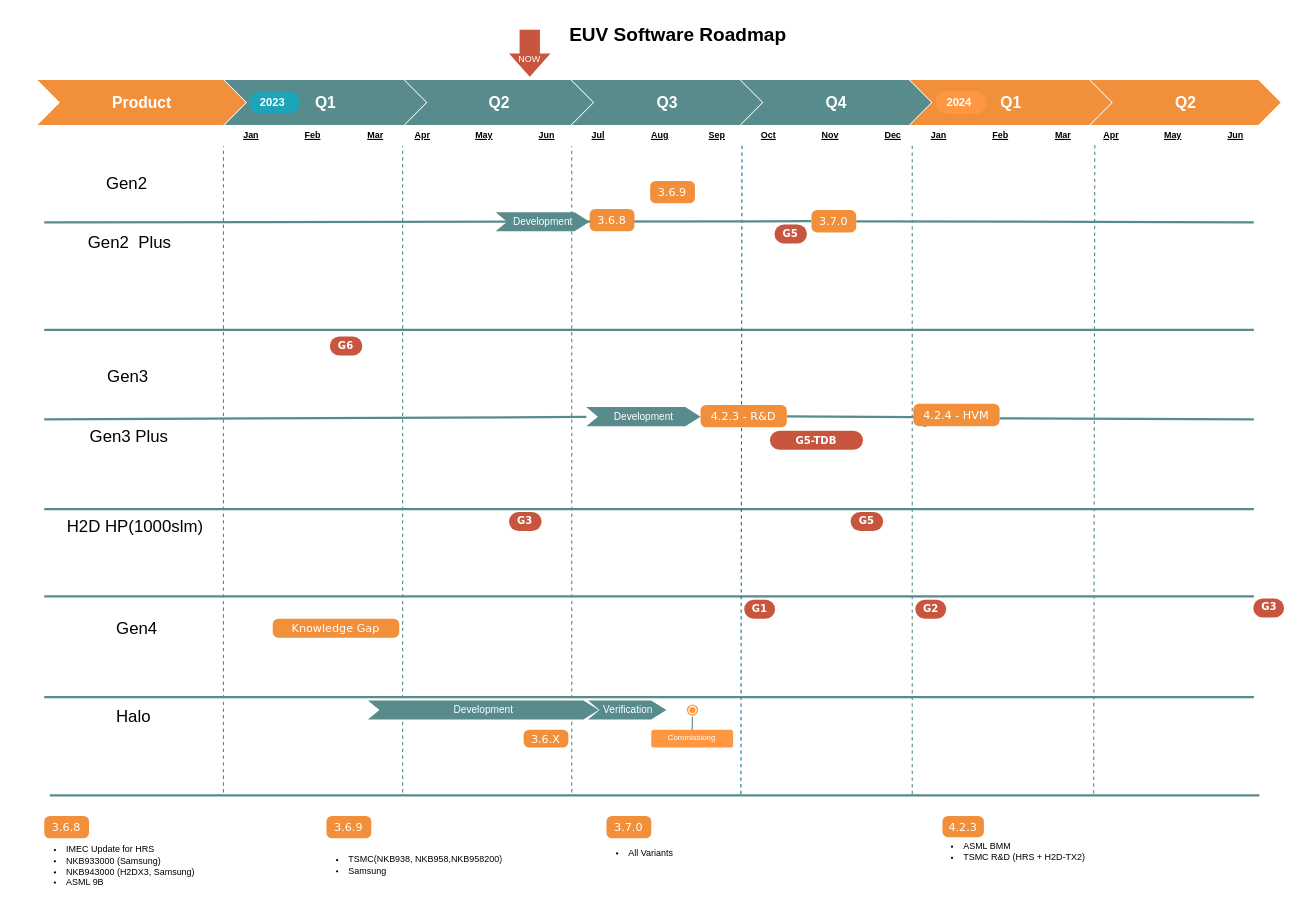
The draw.io diagram page "EUV" (1 of 8) of 0.Project Roadmap.drawio in EdwardsKorea/CommonDrawIO, before the edit. Source tidied: cells renumbered, new cells numbered last; positions are measured from the earlier drawing's top-left corner, leaving out a move shared by most shapes. Both pictures are drawn from the tidied source at 112%, with x=0, y=0 at pixel (19, 19).
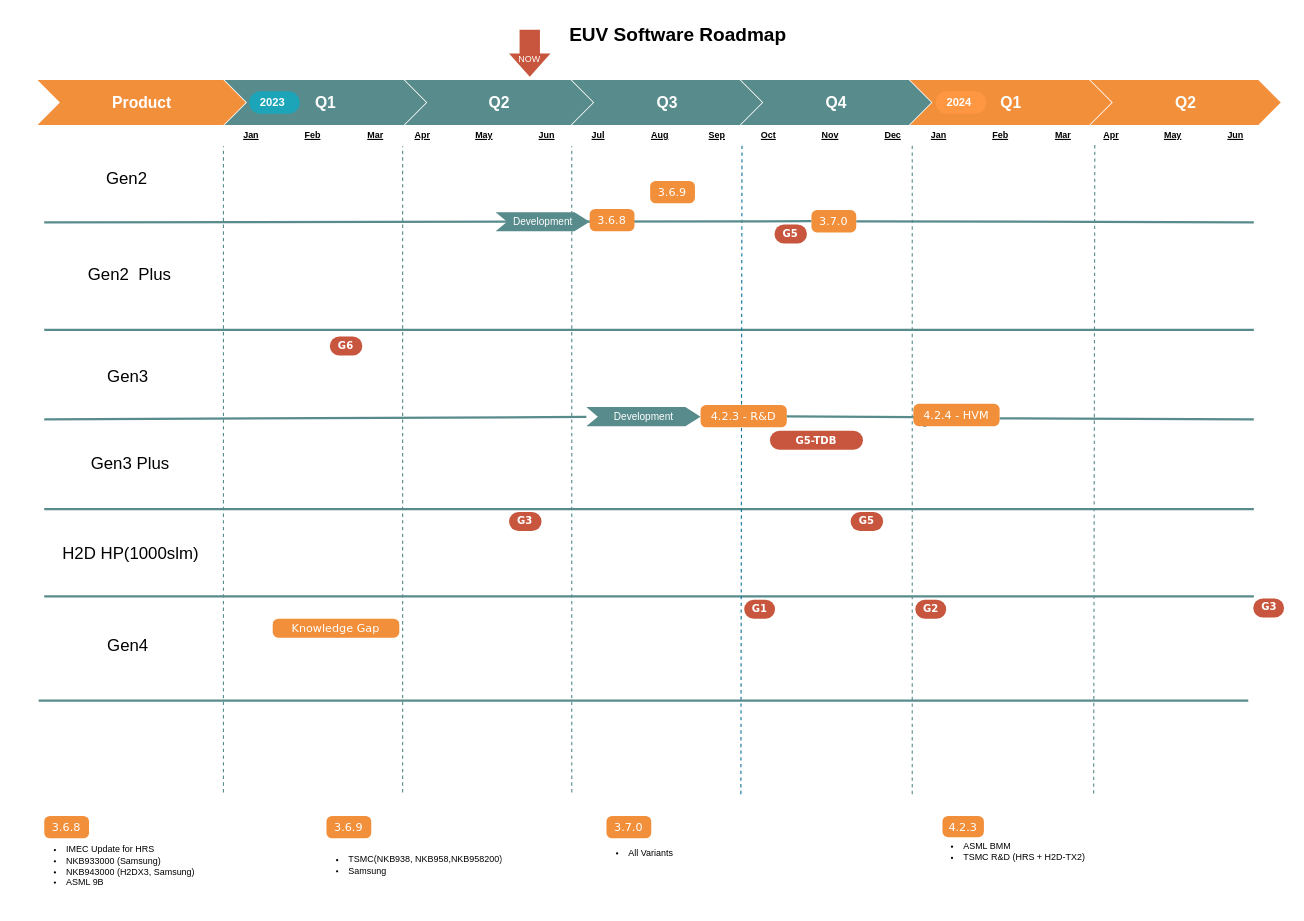
After the change.

Diff of the diagram source:
```diff
@@
     <mxCell id="14" value="Gen2&amp;nbsp;" style="text;html=1;strokeColor=none;fillColor=none;align=center;verticalAlign=middle;whiteSpace=wrap;rounded=0;fontSize=15;" parent="1" vertex="1">
-      <mxGeometry x="68" y="131" width="60" height="30" as="geometry" />
+      <mxGeometry x="68" y="126" width="60" height="30" as="geometry" />
     </mxCell>
     <mxCell id="15" value="Gen2&amp;nbsp; Plus" style="text;html=1;strokeColor=none;fillColor=none;align=center;verticalAlign=middle;whiteSpace=wrap;rounded=0;fontSize=15;fontFamily=Helvetica;" parent="1" vertex="1">
-      <mxGeometry x="59" y="187" width="79" height="22" as="geometry" />
+      <mxGeometry x="58.5" y="216" width="79" height="22" as="geometry" />
     </mxCell>
@@
     <mxCell id="17" value="Gen3 Plus" style="text;html=1;strokeColor=none;fillColor=none;align=center;verticalAlign=middle;whiteSpace=wrap;rounded=0;fontSize=15;" parent="1" vertex="1">
-      <mxGeometry x="48" y="357" width="100" height="30" as="geometry" />
+      <mxGeometry x="48.5" y="381" width="100" height="30" as="geometry" />
     </mxCell>
@@
     <mxCell id="20" value="Gen4" style="text;html=1;strokeColor=none;fillColor=none;align=center;verticalAlign=middle;whiteSpace=wrap;rounded=0;fontSize=15;" parent="1" vertex="1">
-      <mxGeometry x="55.4" y="528.4" width="100" height="30" as="geometry" />
+      <mxGeometry x="47" y="543" width="100" height="30" as="geometry" />
     </mxCell>
@@
     <mxCell id="27" value="H2D HP(1000slm)&amp;nbsp;" style="text;html=1;strokeColor=none;fillColor=none;align=center;verticalAlign=middle;whiteSpace=wrap;rounded=0;fontSize=15;" parent="1" vertex="1">
-      <mxGeometry x="36.9" y="439.6" width="137" height="25" as="geometry" />
+      <mxGeometry x="33" y="463" width="137" height="25" as="geometry" />
     </mxCell>
-    <mxCell id="28" style="endArrow=none;html=1;strokeColor=#588b8b;strokeWidth=2;" parent="1" edge="1">
-      <mxGeometry relative="1" as="geometry">
-        <mxPoint x="22" y="605" as="sourcePoint" />
-        <mxPoint x="1102" y="605" as="targetPoint" />
-      </mxGeometry>
-    </mxCell>
     <mxCell id="29" style="endArrow=none;html=1;strokeColor=#588b8b;strokeWidth=2;" parent="1" edge="1">
       <mxGeometry relative="1" as="geometry">
-        <mxPoint x="27" y="692.6" as="sourcePoint" />
-        <mxPoint x="1107" y="692.6" as="targetPoint" />
+        <mxPoint x="17" y="608" as="sourcePoint" />
+        <mxPoint x="1097" y="608" as="targetPoint" />
       </mxGeometry>
     </mxCell>
-    <mxCell id="30" value="Halo" style="text;html=1;strokeColor=none;fillColor=none;align=center;verticalAlign=middle;whiteSpace=wrap;rounded=0;fontSize=15;" parent="1" vertex="1">
-      <mxGeometry x="52" y="607" width="100" height="30" as="geometry" />
-    </mxCell>
-    <mxCell id="31" value="3.6.X" style="html=1;shadow=0;dashed=0;shape=mxgraph.bootstrap.rrect;rSize=5;strokeColor=none;strokeWidth=1;fillColor=#F28f3b;fontColor=#FFFFFF;whiteSpace=wrap;align=center;verticalAlign=middle;spacingLeft=0;fontStyle=0;fontSize=10;spacing=5;fontFamily=Verdana;labelBackgroundColor=none;" parent="1" vertex="1">
-      <mxGeometry x="450" y="634" width="40" height="16" as="geometry" />
-    </mxCell>
@@
-    <mxCell id="35" style="edgeStyle=orthogonalEdgeStyle;curved=1;jettySize=auto;html=1;entryX=0.499;entryY=0.056;entryDx=0;entryDy=0;entryPerimeter=0;strokeColor=#588b8b;strokeWidth=1;fontFamily=Helvetica;fontSize=8;fontColor=#FFFFFF;endArrow=none;endFill=0;" parent="1" edge="1" source="36" target="37">
-      <mxGeometry relative="1" as="geometry">
-        <Array as="points">
-          <mxPoint x="600.8" y="623" />
-          <mxPoint x="600.8" y="623" />
-        </Array>
-      </mxGeometry>
-    </mxCell>
-    <mxCell id="36" style="ellipse;shape=doubleEllipse;whiteSpace=wrap;html=1;labelBackgroundColor=none;strokeColor=#FFFFFF;fontFamily=Helvetica;fontSize=10;fontColor=#FFFFFF;fillColor=#FF9742;" parent="1" vertex="1">
-      <mxGeometry x="595.3" y="611" width="11" height="11" as="geometry" />
-    </mxCell>
-    <mxCell id="37" value="Commissiong" style="rounded=1;whiteSpace=wrap;html=1;labelBackgroundColor=none;strokeColor=none;fontFamily=Helvetica;fontSize=7;fontColor=#FFFFFF;fillColor=#FF9742;" parent="1" vertex="1">
-      <mxGeometry x="564" y="634" width="73.1" height="16" as="geometry" />
-    </mxCell>
@@
-    <mxCell id="56" value="Verification" style="html=1;shape=mxgraph.infographic.ribbonSimple;notch1=10.29;notch2=13.57;fillColor=#588b8b;strokeColor=none;align=center;verticalAlign=middle;fontColor=#ffffff;fontSize=9;fontStyle=0;rounded=0;" parent="1" vertex="1">
-      <mxGeometry x="507.5" y="608" width="70" height="17" as="geometry" />
-    </mxCell>
@@
-    <mxCell id="64" value="Development" style="html=1;shape=mxgraph.infographic.ribbonSimple;notch1=10.29;notch2=13.57;fillColor=#588b8b;strokeColor=none;align=center;verticalAlign=middle;fontColor=#ffffff;fontSize=9;fontStyle=0;rounded=0;" parent="1" vertex="1">
-      <mxGeometry x="311" y="608" width="206" height="17" as="geometry" />
-    </mxCell>
```
